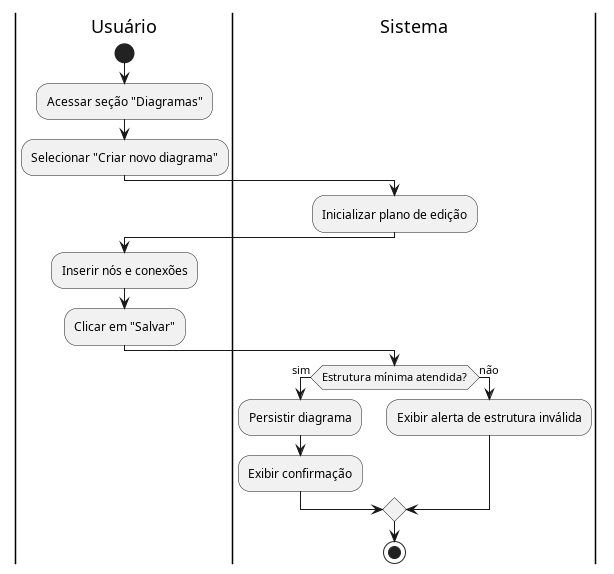
Before: docs/casosUso/imagens/diagramas_atividade/diagrama_UC14.png, a diagram exported from PlantUML (aspiringluke/Projeto-Integrado-Mobile).
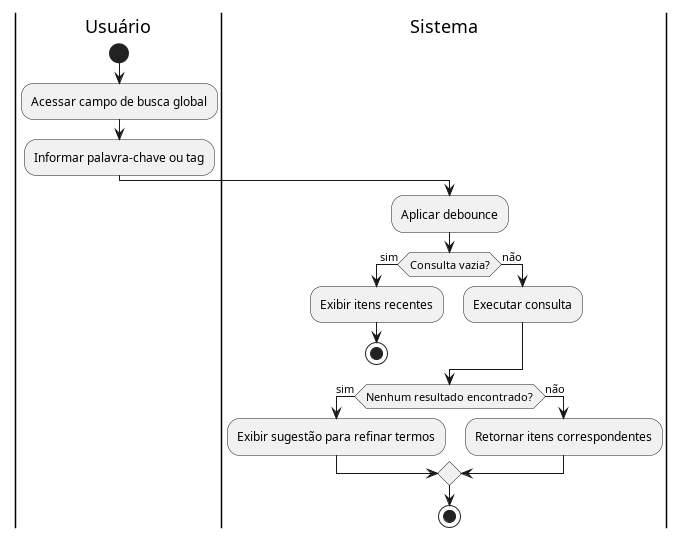
Above is the later version.

What changed in the source:
```diff
@@ -2,22 +2,22 @@
 
 |Usuário|
 start
-:Acessar seção "Diagramas";
-:Selecionar "Criar novo diagrama";
+:Acessar campo de busca global;
+:Informar palavra-chave ou tag;
 
 |Sistema|
-:Inicializar plano de edição;
+:Aplicar debounce;
+if (Consulta vazia?) then (sim)
+  :Exibir itens recentes;
+  stop
+else (não)
+  :Executar consulta;
+endif
 
-|Usuário|
-:Inserir nós e conexões;
-:Clicar em "Salvar";
-
-|Sistema|
-if (Estrutura mínima atendida?) then (sim)
-  :Persistir diagrama;
-  :Exibir confirmação;
+if (Nenhum resultado encontrado?) then (sim)
+  :Exibir sugestão para refinar termos;
 else (não)
-  :Exibir alerta de estrutura inválida;
+  :Retornar itens correspondentes;
 endif
 
 stop
```
